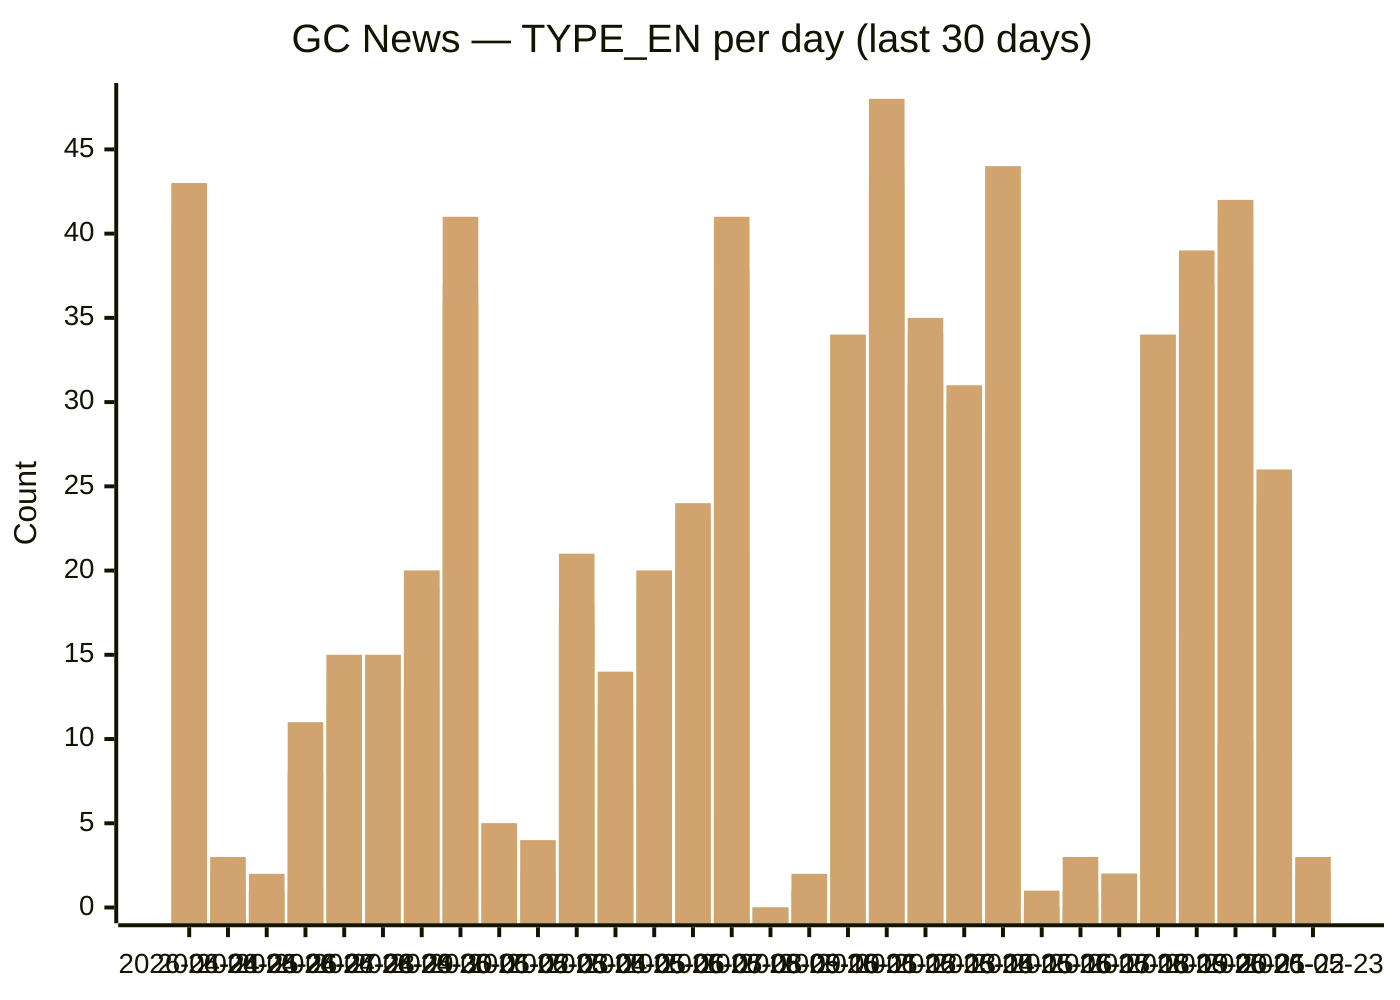
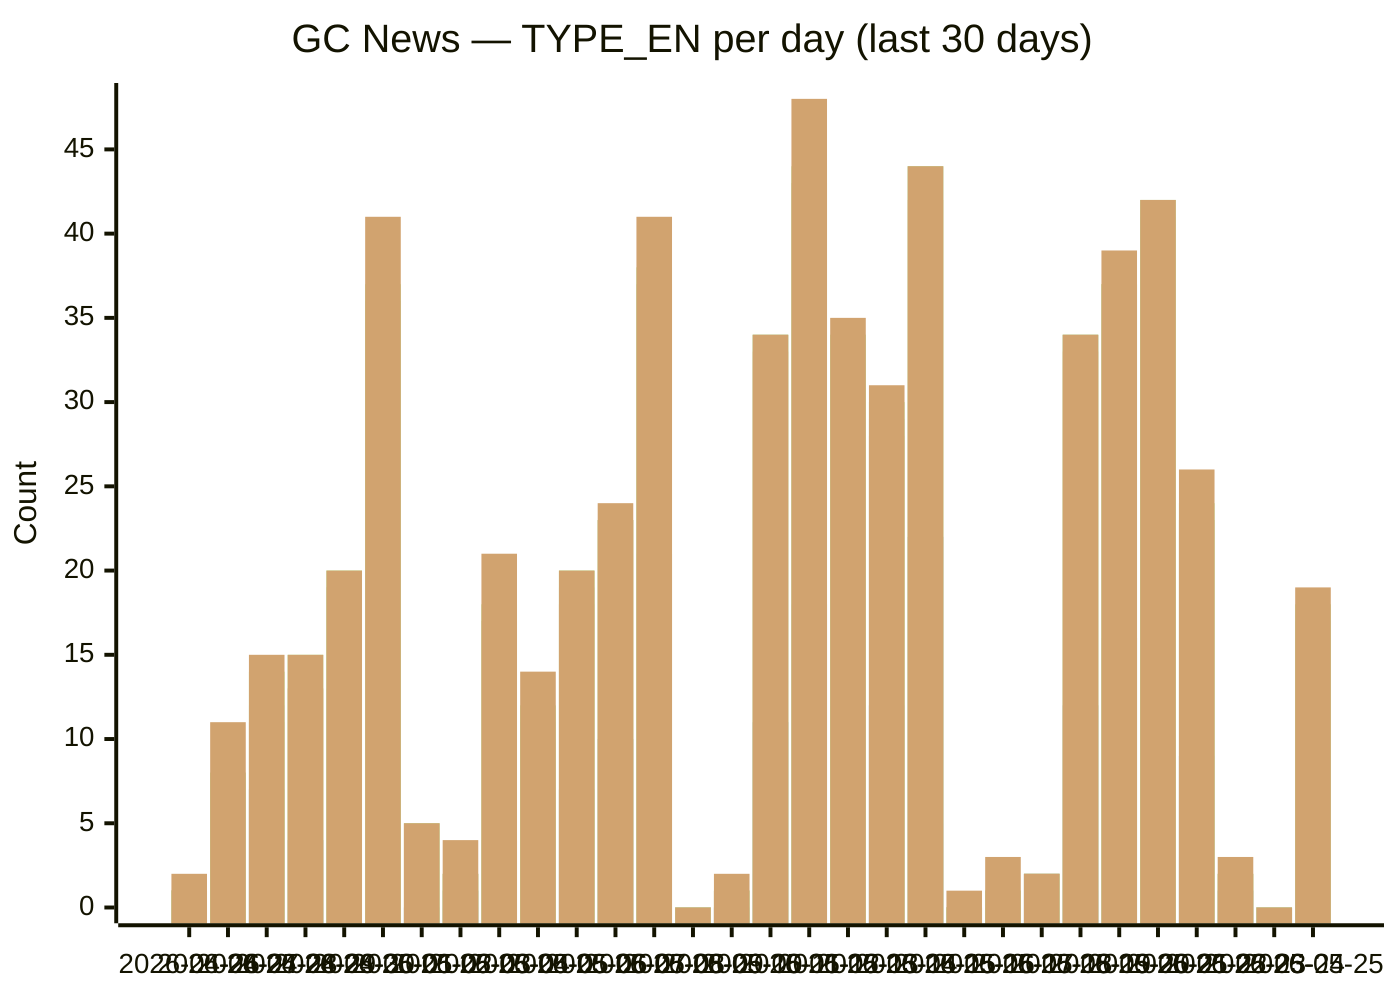
xychart-beta
  title "GC News — TYPE_EN per day (last 30 days)"
-   x-axis [2026-04-24, 2026-04-25, 2026-04-26, 2026-04-27, 2026-04-28, 2026-04-29, 2026-04-30, 2026-05-01, 2026-05-02, 2026-05-03, 2026-05-04, 2026-05-05, 2026-05-06, 2026-05-07, 2026-05-08, 2026-05-09, 2026-05-10, 2026-05-11, 2026-05-12, 2026-05-13, 2026-05-14, 2026-05-15, 2026-05-16, 2026-05-17, 2026-05-18, 2026-05-19, 2026-05-20, 2026-05-21, 2026-05-22, 2026-05-23]
+   x-axis [2026-04-26, 2026-04-27, 2026-04-28, 2026-04-29, 2026-04-30, 2026-05-01, 2026-05-02, 2026-05-03, 2026-05-04, 2026-05-05, 2026-05-06, 2026-05-07, 2026-05-08, 2026-05-09, 2026-05-10, 2026-05-11, 2026-05-12, 2026-05-13, 2026-05-14, 2026-05-15, 2026-05-16, 2026-05-17, 2026-05-18, 2026-05-19, 2026-05-20, 2026-05-21, 2026-05-22, 2026-05-23, 2026-05-24, 2026-05-25]
  y-axis "Count" 0 --> 48
-   bar backgrounders [5, 0, 0, 1, 1, 0, 1, 1, 0, 0, 2, 1, 2, 0, 5, 0, 0, 2, 6, 2, 4, 5, 0, 0, 0, 1, 1, 3, 3, 0]
-   bar "media advisories" [6, 0, 1, 1, 7, 4, 13, 16, 0, 1, 4, 6, 7, 10, 21, 0, 0, 11, 18, 12, 12, 22, 0, 0, 2, 12, 16, 10, 9, 1]
-   bar "news releases" [41, 1, 1, 8, 11, 13, 19, 36, 5, 2, 17, 10, 18, 23, 37, 0, 1, 33, 43, 31, 28, 42, 0, 1, 2, 33, 37, 38, 23, 2]
-   bar readouts [42, 2, 1, 8, 12, 13, 19, 36, 5, 2, 17, 11, 19, 23, 37, 0, 1, 34, 43, 34, 29, 44, 0, 1, 2, 34, 37, 41, 23, 2]
-   bar speeches [43, 2, 1, 8, 14, 15, 20, 37, 5, 2, 18, 12, 20, 23, 38, 0, 1, 34, 44, 34, 30, 44, 0, 1, 2, 34, 37, 42, 24, 2]
-   bar statements [43, 3, 2, 11, 15, 15, 20, 41, 5, 4, 21, 14, 20, 24, 41, 0, 2, 34, 48, 35, 31, 44, 1, 3, 2, 34, 39, 42, 26, 3]
+   bar backgrounders [0, 1, 1, 0, 1, 1, 0, 0, 2, 1, 2, 0, 5, 0, 0, 2, 6, 2, 4, 5, 0, 0, 0, 1, 1, 3, 3, 0, 0, 6]
+   bar "media advisories" [1, 1, 7, 4, 13, 16, 0, 1, 4, 6, 7, 10, 21, 0, 0, 11, 18, 12, 12, 22, 0, 0, 2, 12, 16, 10, 9, 1, 0, 9]
+   bar "news releases" [1, 8, 11, 13, 19, 36, 5, 2, 17, 10, 18, 23, 37, 0, 1, 33, 43, 31, 28, 42, 0, 1, 2, 33, 37, 38, 23, 2, 0, 16]
+   bar readouts [1, 8, 12, 13, 19, 36, 5, 2, 17, 11, 19, 23, 37, 0, 1, 34, 43, 34, 29, 44, 0, 1, 2, 34, 37, 41, 23, 2, 0, 17]
+   bar speeches [1, 8, 14, 15, 20, 37, 5, 2, 18, 12, 20, 23, 38, 0, 1, 34, 44, 34, 30, 44, 0, 1, 2, 34, 37, 42, 24, 2, 0, 18]
+   bar statements [2, 11, 15, 15, 20, 41, 5, 4, 21, 14, 20, 24, 41, 0, 2, 34, 48, 35, 31, 44, 1, 3, 2, 34, 39, 42, 26, 3, 0, 19]
